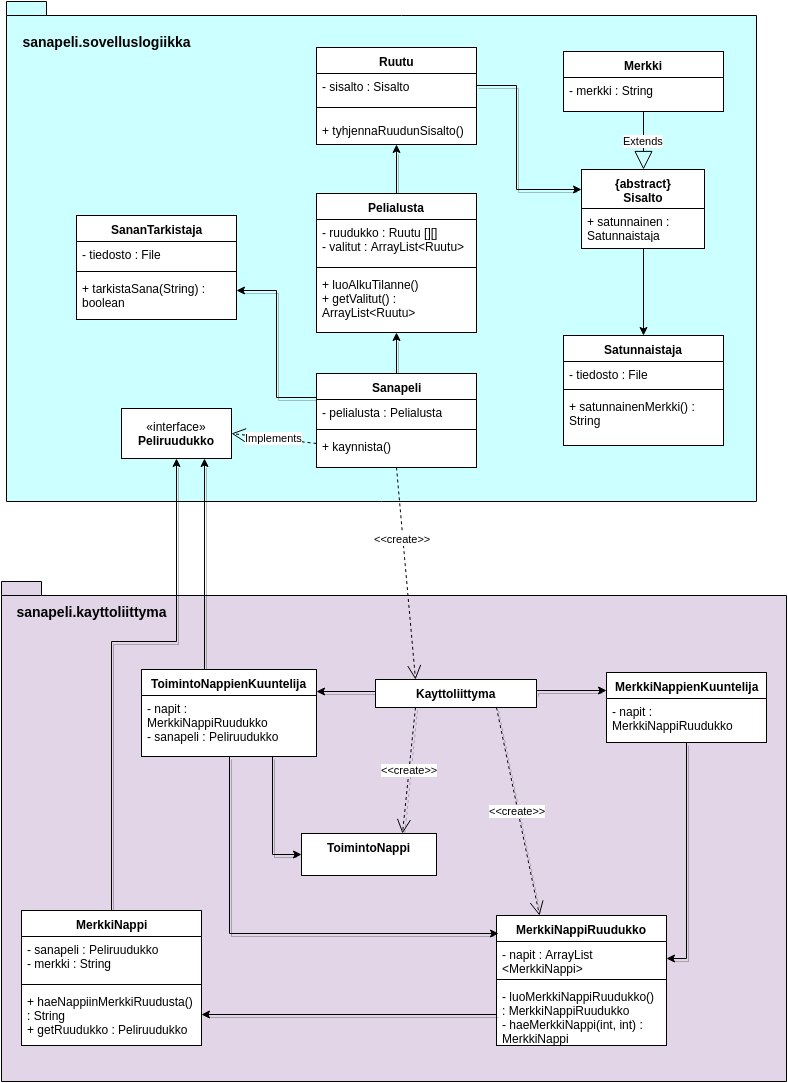
BikkuMyy/Sanaruutu keeps this draw.io diagram as dokumentaatio/Luokkakaavio.png. Above is the earlier version. Source tidied: cells renumbered, new cells last; positions are measured from the earlier drawing's top-left corner, leaving out a move shared by most shapes.
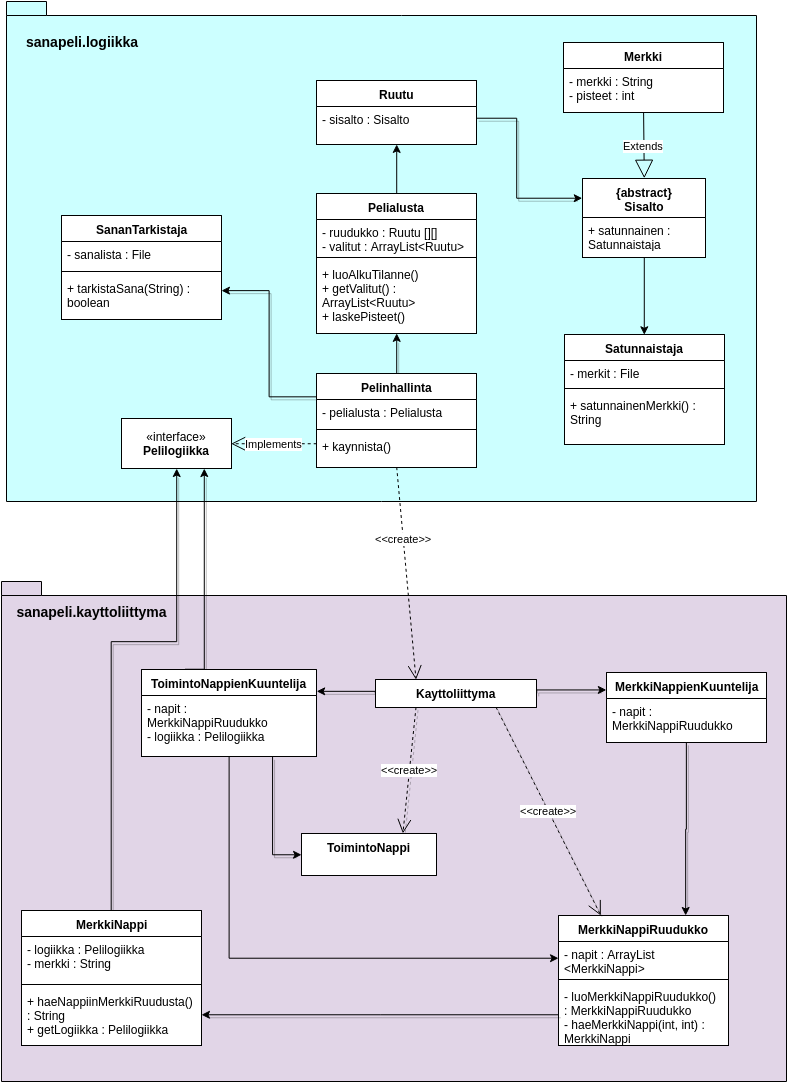
Later version of the same file.

Diff of the diagram source:
```diff
@@ -8,60 +8,49 @@
     <mxCell id="3" style="shape=folder;fontStyle=1;spacingTop=10;tabWidth=40;tabHeight=14;tabPosition=left;html=1;fillColor=#CCFFFF;" parent="1" vertex="1">
       <mxGeometry x="5" width="750" height="500" as="geometry" />
     </mxCell>
-    <mxCell id="4" style="edgeStyle=orthogonalEdgeStyle;rounded=0;html=1;exitX=0.5;exitY=0;entryX=0.5;entryY=1;shadow=1;jettySize=auto;" parent="1" edge="1" source="5" target="9">
-      <mxGeometry relative="1" as="geometry">
-        <Array as="points">
-          <mxPoint x="395" y="150" />
-          <mxPoint x="395" y="150" />
-        </Array>
-      </mxGeometry>
+    <mxCell id="4" style="edgeStyle=orthogonalEdgeStyle;rounded=0;html=1;exitX=0.5;exitY=0;entryX=0.5;entryY=1;jettySize=auto;" parent="1" edge="1" source="5" target="9">
+      <mxGeometry relative="1" as="geometry" />
     </mxCell>
     <mxCell id="5" value="Pelialusta" style="swimlane;html=1;fontStyle=1;align=center;verticalAlign=top;horizontal=1;startSize=26;swimlaneFillColor=#ffffff;" parent="1" vertex="1">
-      <mxGeometry x="315" y="192" width="160" height="139" as="geometry" />
+      <mxGeometry x="315" y="192" width="160" height="140" as="geometry" />
     </mxCell>
     <mxCell id="6" value="- ruudukko : Ruutu [][]&lt;div&gt;- valitut : ArrayList&amp;lt;Ruutu&amp;gt;&lt;/div&gt;" style="text;html=1;strokeColor=none;fillColor=none;align=left;verticalAlign=top;spacingLeft=4;spacingRight=4;whiteSpace=wrap;overflow=hidden;" parent="5" vertex="1">
-      <mxGeometry y="26" width="160" height="44" as="geometry" />
+      <mxGeometry y="26" width="160" height="34" as="geometry" />
     </mxCell>
     <mxCell id="7" style="line;html=1;strokeWidth=1;fillColor=none;align=left;verticalAlign=middle;spacingTop=-1;spacingLeft=3;spacingRight=3;labelPosition=right;" parent="5" vertex="1">
-      <mxGeometry y="70" width="160" height="8" as="geometry" />
+      <mxGeometry y="60" width="160" height="8" as="geometry" />
     </mxCell>
-    <mxCell id="8" value="+ luoAlkuTilanne()&lt;span style=&quot;line-height: 1.2&quot;&gt;&amp;nbsp;&lt;/span&gt;&lt;div&gt;&lt;span style=&quot;line-height: 1.2&quot;&gt;+ getValitut() : ArrayList&amp;lt;Ruutu&amp;gt;&lt;/span&gt;&lt;/div&gt;" style="text;html=1;strokeColor=none;fillColor=none;align=left;verticalAlign=top;spacingLeft=4;spacingRight=4;whiteSpace=wrap;overflow=hidden;" parent="5" vertex="1">
-      <mxGeometry y="78" width="160" height="52" as="geometry" />
+    <mxCell id="8" value="+ luoAlkuTilanne()&lt;span style=&quot;line-height: 1.2&quot;&gt;&amp;nbsp;&lt;/span&gt;&lt;div&gt;&lt;span style=&quot;line-height: 1.2&quot;&gt;+ getValitut() : ArrayList&amp;lt;Ruutu&amp;gt;&lt;/span&gt;&lt;/div&gt;&lt;div&gt;&lt;span style=&quot;line-height: 1.2&quot;&gt;+ laskePisteet()&lt;/span&gt;&lt;/div&gt;" style="text;html=1;strokeColor=none;fillColor=none;align=left;verticalAlign=top;spacingLeft=4;spacingRight=4;whiteSpace=wrap;overflow=hidden;" parent="5" vertex="1">
+      <mxGeometry y="68" width="160" height="72" as="geometry" />
     </mxCell>
     <mxCell id="9" value="Ruutu" style="swimlane;html=1;fontStyle=1;align=center;verticalAlign=top;horizontal=1;startSize=26;swimlaneFillColor=#ffffff;" parent="1" vertex="1">
-      <mxGeometry x="315" y="46" width="160" height="97" as="geometry" />
+      <mxGeometry x="315" y="79" width="160" height="64" as="geometry" />
     </mxCell>
     <mxCell id="10" value="&lt;div&gt;- sisalto : Sisalto&lt;/div&gt;" style="text;html=1;strokeColor=none;fillColor=none;align=left;verticalAlign=top;spacingLeft=4;spacingRight=4;whiteSpace=wrap;overflow=hidden;points=[[0,0.5],[1,0.5]];portConstraint=eastwest;" parent="9" vertex="1">
       <mxGeometry y="26" width="160" height="24" as="geometry" />
     </mxCell>
-    <mxCell id="11" style="line;html=1;strokeWidth=1;fillColor=none;align=left;verticalAlign=middle;spacingTop=-1;spacingLeft=3;spacingRight=3;labelPosition=right;" parent="9" vertex="1">
-      <mxGeometry y="50" width="160" height="20" as="geometry" />
-    </mxCell>
-    <mxCell id="12" value="+ tyhjennaRuudunSisalto()&lt;div&gt;&lt;br&gt;&lt;/div&gt;" style="text;html=1;strokeColor=none;fillColor=none;align=left;verticalAlign=top;spacingLeft=4;spacingRight=4;whiteSpace=wrap;overflow=hidden;" parent="9" vertex="1">
-      <mxGeometry y="70" width="160" height="20" as="geometry" />
-    </mxCell>
     <mxCell id="13" style="edgeStyle=orthogonalEdgeStyle;rounded=0;html=1;exitX=0.5;exitY=1;entryX=0.5;entryY=0;jettySize=auto;" parent="1" edge="1" source="14" target="19">
       <mxGeometry relative="1" as="geometry" />
     </mxCell>
     <mxCell id="14" value="{abstract}&lt;div&gt;Sisalto&lt;/div&gt;" style="swimlane;html=1;fontStyle=1;align=center;verticalAlign=top;horizontal=1;startSize=39;swimlaneFillColor=#ffffff;" parent="1" vertex="1">
-      <mxGeometry x="580" y="168" width="123" height="79" as="geometry" />
+      <mxGeometry x="581" y="177" width="123" height="79" as="geometry" />
     </mxCell>
     <mxCell id="15" value="+ satunnainen : Satunnaistaja" style="text;html=1;strokeColor=none;fillColor=none;align=left;verticalAlign=top;spacingLeft=4;spacingRight=4;whiteSpace=wrap;overflow=hidden;" parent="14" vertex="1">
       <mxGeometry y="39" width="123" height="31" as="geometry" />
     </mxCell>
     <mxCell id="16" value="Merkki" style="swimlane;html=1;fontStyle=1;align=center;verticalAlign=top;horizontal=1;startSize=26;swimlaneFillColor=#ffffff;" parent="1" vertex="1">
-      <mxGeometry x="562" y="50" width="160" height="60" as="geometry" />
+      <mxGeometry x="562" y="41" width="160" height="70" as="geometry" />
     </mxCell>
-    <mxCell id="17" value="- merkki : String" style="text;html=1;strokeColor=none;fillColor=none;align=left;verticalAlign=top;spacingLeft=4;spacingRight=4;whiteSpace=wrap;overflow=hidden;points=[[0,0.5],[1,0.5]];portConstraint=eastwest;" parent="16" vertex="1">
+    <mxCell id="17" value="- merkki : String&lt;div&gt;- pisteet : int&lt;/div&gt;" style="text;html=1;strokeColor=none;fillColor=none;align=left;verticalAlign=top;spacingLeft=4;spacingRight=4;whiteSpace=wrap;overflow=hidden;points=[[0,0.5],[1,0.5]];portConstraint=eastwest;" parent="16" vertex="1">
       <mxGeometry y="26" width="160" height="34" as="geometry" />
     </mxCell>
-    <mxCell id="18" value="Extends" style="endArrow=block;endSize=16;endFill=0;html=1;entryX=0.5;entryY=0;" parent="1" edge="1" source="17" target="14">
+    <mxCell id="18" value="Extends" style="endArrow=block;endSize=16;endFill=0;html=1;entryX=0.5;entryY=0;exitX=0.5;exitY=1;" parent="1" edge="1" source="16" target="14">
       <mxGeometry relative="1" as="geometry" />
     </mxCell>
     <mxCell id="19" value="Satunnaistaja" style="swimlane;html=1;fontStyle=1;align=center;verticalAlign=top;horizontal=1;startSize=26;swimlaneFillColor=#ffffff;" parent="1" vertex="1">
-      <mxGeometry x="562" y="334" width="160" height="110" as="geometry" />
+      <mxGeometry x="563" y="333" width="160" height="110" as="geometry" />
     </mxCell>
-    <mxCell id="20" value="- tiedosto : File" style="text;html=1;strokeColor=none;fillColor=none;align=left;verticalAlign=top;spacingLeft=4;spacingRight=4;whiteSpace=wrap;overflow=hidden;" parent="19" vertex="1">
+    <mxCell id="20" value="- merkit : File" style="text;html=1;strokeColor=none;fillColor=none;align=left;verticalAlign=top;spacingLeft=4;spacingRight=4;whiteSpace=wrap;overflow=hidden;" parent="19" vertex="1">
       <mxGeometry y="26" width="160" height="24" as="geometry" />
     </mxCell>
     <mxCell id="21" style="line;html=1;strokeWidth=1;fillColor=none;align=left;verticalAlign=middle;spacingTop=-1;spacingLeft=3;spacingRight=3;labelPosition=right;" parent="19" vertex="1">
@@ -76,7 +65,7 @@
     <mxCell id="24" style="edgeStyle=orthogonalEdgeStyle;rounded=0;html=1;exitX=0.5;exitY=0;entryX=0.5;entryY=1;shadow=1;jettySize=auto;" parent="1" edge="1" source="25" target="5">
       <mxGeometry relative="1" as="geometry" />
     </mxCell>
-    <mxCell id="25" value="Sanapeli" style="swimlane;html=1;fontStyle=1;align=center;verticalAlign=top;horizontal=1;startSize=26;swimlaneFillColor=#ffffff;" parent="1" vertex="1">
+    <mxCell id="25" value="Pelinhallinta" style="swimlane;html=1;fontStyle=1;align=center;verticalAlign=top;horizontal=1;startSize=26;swimlaneFillColor=#ffffff;" parent="1" vertex="1">
       <mxGeometry x="315" y="372" width="160" height="94" as="geometry" />
     </mxCell>
     <mxCell id="26" value="- pelialusta : Pelialusta" style="text;html=1;strokeColor=none;fillColor=none;align=left;verticalAlign=top;spacingLeft=4;spacingRight=4;whiteSpace=wrap;overflow=hidden;" parent="25" vertex="1">
@@ -125,20 +114,20 @@
     <mxCell id="36" value="MerkkiNappi" style="swimlane;html=1;fontStyle=1;align=center;verticalAlign=top;horizontal=1;startSize=26;swimlaneFillColor=#ffffff;fillColor=#FFFFFF;" parent="1" vertex="1">
       <mxGeometry x="20" y="909" width="180" height="135" as="geometry" />
     </mxCell>
-    <mxCell id="37" value="- sanapeli : Peliruudukko&lt;div&gt;- merkki : String&lt;/div&gt;" style="text;html=1;strokeColor=none;fillColor=none;align=left;verticalAlign=top;spacingLeft=4;spacingRight=4;whiteSpace=wrap;overflow=hidden;" parent="36" vertex="1">
+    <mxCell id="37" value="- logiikka : Pelilogiikka&lt;div&gt;- merkki : String&lt;/div&gt;" style="text;html=1;strokeColor=none;fillColor=none;align=left;verticalAlign=top;spacingLeft=4;spacingRight=4;whiteSpace=wrap;overflow=hidden;" parent="36" vertex="1">
       <mxGeometry y="26" width="180" height="44" as="geometry" />
     </mxCell>
     <mxCell id="38" style="line;html=1;strokeWidth=1;fillColor=none;align=left;verticalAlign=middle;spacingTop=-1;spacingLeft=3;spacingRight=3;labelPosition=right;" parent="36" vertex="1">
       <mxGeometry y="70" width="180" height="8" as="geometry" />
     </mxCell>
-    <mxCell id="39" value="+ haeNappiinMerkkiRuudusta() : String&lt;div&gt;+ getRuudukko : Peliruudukko&lt;/div&gt;" style="text;html=1;strokeColor=none;fillColor=none;align=left;verticalAlign=top;spacingLeft=4;spacingRight=4;whiteSpace=wrap;overflow=hidden;points=[[0,0.5],[1,0.5]];portConstraint=eastwest;" parent="36" vertex="1">
+    <mxCell id="39" value="+ haeNappiinMerkkiRuudusta() : String&lt;div&gt;+ getLogiikka : Pelilogiikka&lt;/div&gt;" style="text;html=1;strokeColor=none;fillColor=none;align=left;verticalAlign=top;spacingLeft=4;spacingRight=4;whiteSpace=wrap;overflow=hidden;points=[[0,0.5],[1,0.5]];portConstraint=eastwest;" parent="36" vertex="1">
       <mxGeometry y="78" width="180" height="52" as="geometry" />
     </mxCell>
     <mxCell id="40" style="edgeStyle=orthogonalEdgeStyle;rounded=0;html=1;exitX=0.75;exitY=0;entryX=0.75;entryY=0;jettySize=auto;orthogonalLoop=1;" parent="1" edge="1" source="5" target="5">
       <mxGeometry relative="1" as="geometry" />
     </mxCell>
-    <mxCell id="41" value="«interface»&lt;br&gt;&lt;b&gt;Peliruudukko&lt;/b&gt;" style="html=1;fillColor=#FFFFFF;" parent="1" vertex="1">
-      <mxGeometry x="120" y="407" width="110" height="50" as="geometry" />
+    <mxCell id="41" value="«interface»&lt;br&gt;&lt;b&gt;Pelilogiikka&lt;/b&gt;" style="html=1;fillColor=#FFFFFF;" parent="1" vertex="1">
+      <mxGeometry x="120" y="417" width="110" height="50" as="geometry" />
     </mxCell>
     <mxCell id="42" value="Implements" style="endArrow=open;endSize=12;dashed=1;html=1;entryX=1;entryY=0.5;exitX=0;exitY=0.5;" parent="1" edge="1" source="28" target="41">
       <mxGeometry relative="1" as="geometry" />
@@ -146,12 +135,8 @@
     <mxCell id="43" value="&amp;lt;&amp;lt;create&amp;gt;&amp;gt;" style="endArrow=open;endSize=12;dashed=1;html=1;entryX=0.25;entryY=0;exitX=0.5;exitY=1;" parent="1" edge="1" source="25" target="31">
       <mxGeometry x="-0.32" relative="1" as="geometry" />
     </mxCell>
-    <mxCell id="44" style="edgeStyle=orthogonalEdgeStyle;rounded=0;html=1;exitX=0.5;exitY=1;entryX=1;entryY=0.5;shadow=1;jettySize=auto;" parent="1" edge="1" source="45" target="50">
-      <mxGeometry relative="1" as="geometry">
-        <Array as="points">
-          <mxPoint x="685" y="957" />
-        </Array>
-      </mxGeometry>
+    <mxCell id="44" style="edgeStyle=orthogonalEdgeStyle;rounded=0;html=1;exitX=0.5;exitY=1;shadow=1;jettySize=auto;entryX=0.75;entryY=0;" parent="1" edge="1" source="45" target="49">
+      <mxGeometry relative="1" as="geometry" />
     </mxCell>
     <mxCell id="45" value="MerkkiNappienKuuntelija" style="swimlane;html=1;fontStyle=1;align=center;verticalAlign=top;horizontal=1;startSize=26;swimlaneFillColor=#ffffff;fillColor=#FFFFFF;" parent="1" vertex="1">
       <mxGeometry x="605" y="671" width="160" height="70" as="geometry" />
@@ -159,14 +144,14 @@
     <mxCell id="46" value="- napit : MerkkiNappiRuudukko" style="text;html=1;strokeColor=none;fillColor=none;align=left;verticalAlign=top;spacingLeft=4;spacingRight=4;whiteSpace=wrap;overflow=hidden;" parent="45" vertex="1">
       <mxGeometry y="26" width="160" height="34" as="geometry" />
     </mxCell>
-    <mxCell id="47" value="&lt;font style=&quot;font-size: 14px&quot;&gt;&lt;b&gt;sanapeli.sovelluslogiikka&lt;/b&gt;&lt;/font&gt;" style="text;html=1;strokeColor=none;fillColor=none;align=center;verticalAlign=middle;whiteSpace=wrap;" parent="1" vertex="1">
-      <mxGeometry x="20" y="30" width="170" height="20" as="geometry" />
+    <mxCell id="47" value="&lt;font style=&quot;font-size: 14px&quot;&gt;&lt;b&gt;sanapeli.logiikka&lt;/b&gt;&lt;/font&gt;" style="text;html=1;strokeColor=none;fillColor=none;align=center;verticalAlign=middle;whiteSpace=wrap;" parent="1" vertex="1">
+      <mxGeometry x="15" y="30" width="130" height="20" as="geometry" />
     </mxCell>
     <mxCell id="48" value="&lt;font style=&quot;font-size: 14px&quot;&gt;&lt;b&gt;sanapeli.kayttoliittyma&lt;/b&gt;&lt;/font&gt;" style="text;html=1;strokeColor=none;fillColor=none;align=center;verticalAlign=middle;whiteSpace=wrap;" parent="1" vertex="1">
       <mxGeometry x="15" y="600" width="150" height="20" as="geometry" />
     </mxCell>
     <mxCell id="49" value="MerkkiNappiRuudukko" style="swimlane;html=1;fontStyle=1;align=center;verticalAlign=top;horizontal=1;startSize=26;swimlaneFillColor=#ffffff;fillColor=#FFFFFF;" parent="1" vertex="1">
-      <mxGeometry x="495" y="914" width="170" height="130" as="geometry" />
+      <mxGeometry x="557" y="914" width="170" height="130" as="geometry" />
     </mxCell>
     <mxCell id="50" value="- napit : ArrayList &amp;lt;MerkkiNappi&amp;gt;&lt;div&gt;&lt;div&gt;&lt;br&gt;&lt;/div&gt;&lt;/div&gt;" style="text;html=1;strokeColor=none;fillColor=none;align=left;verticalAlign=top;spacingLeft=4;spacingRight=4;whiteSpace=wrap;overflow=hidden;points=[[0,0.5],[1,0.5]];portConstraint=eastwest;" parent="49" vertex="1">
       <mxGeometry y="26" width="170" height="34" as="geometry" />
@@ -183,13 +168,6 @@
     <mxCell id="54" style="edgeStyle=orthogonalEdgeStyle;rounded=0;html=1;exitX=0.5;exitY=0;entryX=0.5;entryY=0;shadow=1;jettySize=auto;orthogonalLoop=1;" parent="1" edge="1" source="58" target="58">
       <mxGeometry relative="1" as="geometry" />
     </mxCell>
-    <mxCell id="55" style="edgeStyle=orthogonalEdgeStyle;rounded=0;html=1;exitX=0.5;exitY=1;shadow=1;jettySize=auto;entryX=0.012;entryY=0.138;entryPerimeter=0;" parent="1" edge="1" source="58" target="49">
-      <mxGeometry relative="1" as="geometry">
-        <Array as="points">
-          <mxPoint x="228" y="932" />
-        </Array>
-      </mxGeometry>
-    </mxCell>
     <mxCell id="56" style="edgeStyle=orthogonalEdgeStyle;rounded=0;html=1;exitX=0.75;exitY=1;entryX=0;entryY=0.5;shadow=1;jettySize=auto;" parent="1" edge="1" source="58" target="63">
       <mxGeometry relative="1" as="geometry" />
     </mxCell>
@@ -200,10 +178,13 @@
         </Array>
       </mxGeometry>
     </mxCell>
+    <mxCell id="72" style="edgeStyle=orthogonalEdgeStyle;rounded=0;html=1;exitX=0.5;exitY=1;jettySize=auto;" parent="1" edge="1" source="58" target="50">
+      <mxGeometry relative="1" as="geometry" />
+    </mxCell>
     <mxCell id="58" value="ToimintoNappienKuuntelija" style="swimlane;html=1;fontStyle=1;align=center;verticalAlign=top;horizontal=1;startSize=26;swimlaneFillColor=#ffffff;fillColor=#FFFFFF;" parent="1" vertex="1">
       <mxGeometry x="140" y="668" width="175" height="87" as="geometry" />
     </mxCell>
-    <mxCell id="59" value="- napit : MerkkiNappiRuudukko&lt;div&gt;- sanapeli : Peliruudukko&lt;/div&gt;&lt;div&gt;&lt;br&gt;&lt;div&gt;&lt;br&gt;&lt;/div&gt;&lt;/div&gt;" style="text;html=1;strokeColor=none;fillColor=none;align=left;verticalAlign=top;spacingLeft=4;spacingRight=4;whiteSpace=wrap;overflow=hidden;" parent="58" vertex="1">
+    <mxCell id="59" value="- napit : MerkkiNappiRuudukko&lt;div&gt;- logiikka : Pelilogiikka&lt;/div&gt;&lt;div&gt;&lt;br&gt;&lt;div&gt;&lt;br&gt;&lt;/div&gt;&lt;/div&gt;" style="text;html=1;strokeColor=none;fillColor=none;align=left;verticalAlign=top;spacingLeft=4;spacingRight=4;whiteSpace=wrap;overflow=hidden;" parent="58" vertex="1">
       <mxGeometry y="26" width="175" height="54" as="geometry" />
     </mxCell>
     <mxCell id="60" style="edgeStyle=orthogonalEdgeStyle;rounded=0;html=1;exitX=0.75;exitY=1;entryX=0.75;entryY=1;shadow=1;jettySize=auto;orthogonalLoop=1;" parent="1" edge="1" source="63" target="63">
@@ -225,9 +206,9 @@
       <mxGeometry relative="1" as="geometry" />
     </mxCell>
     <mxCell id="66" value="SananTarkistaja" style="swimlane;html=1;fontStyle=1;align=center;verticalAlign=top;horizontal=1;startSize=26;swimlaneFillColor=#ffffff;fillColor=#FFFFFF;" parent="1" vertex="1">
-      <mxGeometry x="75" y="214" width="160" height="104" as="geometry" />
+      <mxGeometry x="60" y="214" width="160" height="104" as="geometry" />
     </mxCell>
-    <mxCell id="67" value="- tiedosto : File" style="text;html=1;strokeColor=none;fillColor=none;align=left;verticalAlign=top;spacingLeft=4;spacingRight=4;whiteSpace=wrap;overflow=hidden;" parent="66" vertex="1">
+    <mxCell id="67" value="- sanalista : File" style="text;html=1;strokeColor=none;fillColor=none;align=left;verticalAlign=top;spacingLeft=4;spacingRight=4;whiteSpace=wrap;overflow=hidden;" parent="66" vertex="1">
       <mxGeometry y="26" width="160" height="26" as="geometry" />
     </mxCell>
     <mxCell id="68" style="line;html=1;strokeWidth=1;fillColor=none;align=left;verticalAlign=middle;spacingTop=-1;spacingLeft=3;spacingRight=3;labelPosition=right;" parent="66" vertex="1">
@@ -239,8 +220,8 @@
     <mxCell id="70" style="edgeStyle=orthogonalEdgeStyle;rounded=0;html=1;exitX=1;exitY=0.5;entryX=0;entryY=0.25;shadow=1;jettySize=auto;" parent="1" edge="1" source="10" target="14">
       <mxGeometry relative="1" as="geometry">
         <Array as="points">
-          <mxPoint x="515" y="84" />
-          <mxPoint x="515" y="188" />
+          <mxPoint x="515" y="117" />
+          <mxPoint x="515" y="197" />
         </Array>
       </mxGeometry>
     </mxCell>
```
